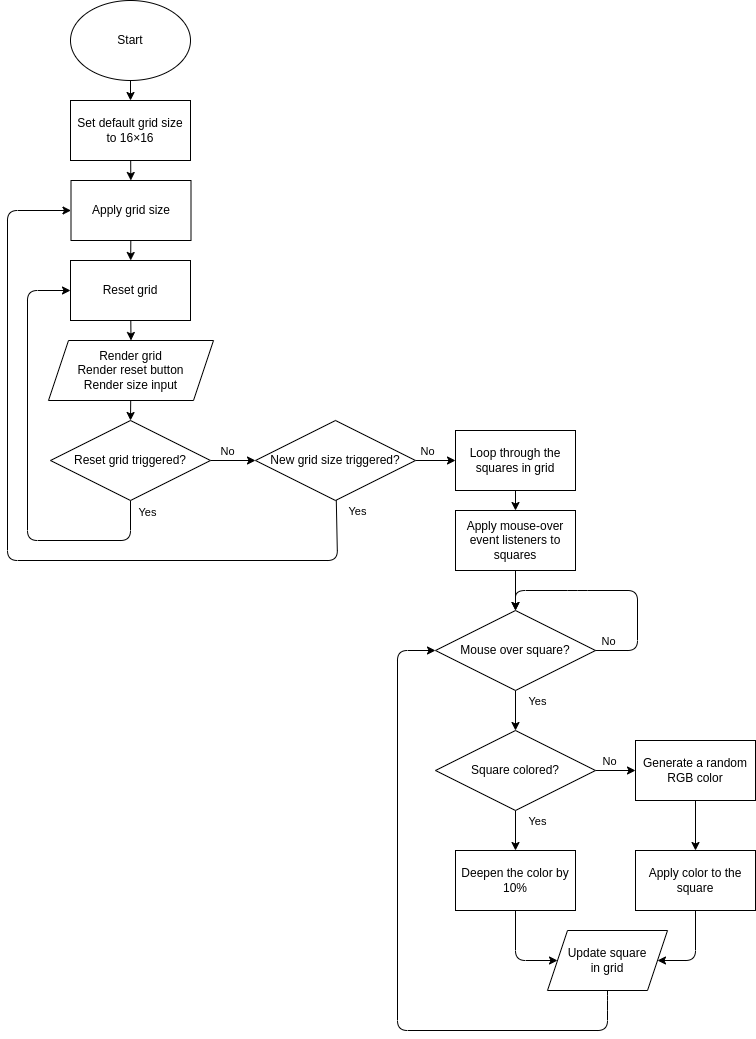
zoard-ehmann/odin-etch-a-sketch keeps this draw.io diagram as algorithm/algorithm.drawio.png. Above is the earlier version. Source tidied: cells renumbered, new cells last; positions are measured from the earlier drawing's top-left corner, leaving out a move shared by most shapes. Source of this version:
```xml
<mxGraphModel background="#ffffff">
  <root>
    <mxCell id="0" />
    <mxCell id="1" parent="0" />
    <mxCell id="2" style="edgeStyle=none;html=1;entryX=0.5;entryY=0;entryDx=0;entryDy=0;" parent="1" edge="1" source="3" target="5">
      <mxGeometry relative="1" as="geometry" />
    </mxCell>
    <mxCell id="3" value="Start" style="ellipse;whiteSpace=wrap;html=1;" parent="1" vertex="1">
      <mxGeometry x="63" width="120" height="80" as="geometry" />
    </mxCell>
    <mxCell id="4" style="edgeStyle=none;html=1;" parent="1" edge="1" source="5" target="16">
      <mxGeometry relative="1" as="geometry" />
    </mxCell>
    <mxCell id="5" value="Set default grid size to 16×16" style="rounded=0;whiteSpace=wrap;html=1;" parent="1" vertex="1">
      <mxGeometry x="63" y="100" width="120" height="60" as="geometry" />
    </mxCell>
    <mxCell id="6" style="edgeStyle=none;html=1;entryX=0.5;entryY=0;entryDx=0;entryDy=0;" parent="1" edge="1" source="7" target="14">
      <mxGeometry relative="1" as="geometry" />
    </mxCell>
    <mxCell id="7" value="Render grid&lt;br&gt;Render reset button&lt;br&gt;Render size input" style="shape=parallelogram;perimeter=parallelogramPerimeter;whiteSpace=wrap;html=1;fixedSize=1;" parent="1" vertex="1">
      <mxGeometry x="41" y="340" width="165" height="60" as="geometry" />
    </mxCell>
    <mxCell id="8" style="edgeStyle=none;html=1;entryX=0.5;entryY=0;entryDx=0;entryDy=0;" parent="1" edge="1" source="9" target="7">
      <mxGeometry relative="1" as="geometry" />
    </mxCell>
    <mxCell id="9" value="Reset grid&lt;br&gt;" style="rounded=0;whiteSpace=wrap;html=1;" parent="1" vertex="1">
      <mxGeometry x="63" y="260" width="120" height="60" as="geometry" />
    </mxCell>
    <mxCell id="10" style="edgeStyle=none;html=1;" parent="1" edge="1" source="14" target="21">
      <mxGeometry relative="1" as="geometry" />
    </mxCell>
    <mxCell id="11" value="No" style="edgeLabel;html=1;align=center;verticalAlign=middle;" parent="10" vertex="1">
      <mxGeometry x="-0.48" relative="1" as="geometry">
        <mxPoint x="4" y="-10" as="offset" />
      </mxGeometry>
    </mxCell>
    <mxCell id="12" style="edgeStyle=none;html=1;entryX=0;entryY=0.5;entryDx=0;entryDy=0;exitX=0.5;exitY=1;exitDx=0;exitDy=0;" parent="1" edge="1" source="14" target="9">
      <mxGeometry relative="1" as="geometry">
        <Array as="points">
          <mxPoint x="123" y="540" />
          <mxPoint x="20" y="540" />
          <mxPoint x="20" y="290" />
        </Array>
      </mxGeometry>
    </mxCell>
    <mxCell id="13" value="Yes" style="edgeLabel;html=1;align=center;verticalAlign=middle;" parent="12" vertex="1">
      <mxGeometry x="-0.95" relative="1" as="geometry">
        <mxPoint x="16" as="offset" />
      </mxGeometry>
    </mxCell>
    <mxCell id="14" value="Reset grid triggered?" style="rhombus;whiteSpace=wrap;html=1;" parent="1" vertex="1">
      <mxGeometry x="43" y="420" width="160" height="80" as="geometry" />
    </mxCell>
    <mxCell id="15" style="edgeStyle=none;html=1;" parent="1" edge="1" source="16" target="9">
      <mxGeometry relative="1" as="geometry" />
    </mxCell>
    <mxCell id="16" value="Apply grid size" style="rounded=0;whiteSpace=wrap;html=1;" parent="1" vertex="1">
      <mxGeometry x="63.5" y="180" width="120" height="60" as="geometry" />
    </mxCell>
    <mxCell id="17" style="edgeStyle=none;html=1;" parent="1" edge="1" source="21" target="23">
      <mxGeometry relative="1" as="geometry" />
    </mxCell>
    <mxCell id="18" value="No" style="edgeLabel;html=1;align=center;verticalAlign=middle;" parent="17" vertex="1">
      <mxGeometry x="-0.51" y="-1" relative="1" as="geometry">
        <mxPoint x="1" y="-11" as="offset" />
      </mxGeometry>
    </mxCell>
    <mxCell id="19" style="edgeStyle=none;html=1;entryX=0;entryY=0.5;entryDx=0;entryDy=0;" parent="1" edge="1" source="21" target="16">
      <mxGeometry relative="1" as="geometry">
        <Array as="points">
          <mxPoint x="330" y="560" />
          <mxPoint y="560" />
          <mxPoint y="210" />
        </Array>
      </mxGeometry>
    </mxCell>
    <mxCell id="20" value="Yes" style="edgeLabel;html=1;align=center;verticalAlign=middle;" parent="19" vertex="1">
      <mxGeometry x="-0.95" y="1" relative="1" as="geometry">
        <mxPoint x="19" y="-10" as="offset" />
      </mxGeometry>
    </mxCell>
    <mxCell id="21" value="New grid size triggered?" style="rhombus;whiteSpace=wrap;html=1;" parent="1" vertex="1">
      <mxGeometry x="248" y="420" width="160" height="80" as="geometry" />
    </mxCell>
    <mxCell id="22" style="edgeStyle=none;html=1;" parent="1" edge="1" source="23" target="39">
      <mxGeometry relative="1" as="geometry" />
    </mxCell>
    <mxCell id="23" value="Loop through the squares in grid" style="rounded=0;whiteSpace=wrap;html=1;" parent="1" vertex="1">
      <mxGeometry x="448" y="430" width="120" height="60" as="geometry" />
    </mxCell>
    <mxCell id="24" style="edgeStyle=none;html=1;" parent="1" edge="1" source="28" target="30">
      <mxGeometry relative="1" as="geometry" />
    </mxCell>
    <mxCell id="25" value="No" style="edgeLabel;html=1;align=center;verticalAlign=middle;" parent="24" vertex="1">
      <mxGeometry x="-0.47" y="-2" relative="1" as="geometry">
        <mxPoint x="2" y="-12" as="offset" />
      </mxGeometry>
    </mxCell>
    <mxCell id="26" style="edgeStyle=none;html=1;" parent="1" edge="1" source="28" target="34">
      <mxGeometry relative="1" as="geometry" />
    </mxCell>
    <mxCell id="27" value="Yes" style="edgeLabel;html=1;align=center;verticalAlign=middle;" parent="26" vertex="1">
      <mxGeometry x="-0.44" y="-3" relative="1" as="geometry">
        <mxPoint x="24" y="-1" as="offset" />
      </mxGeometry>
    </mxCell>
    <mxCell id="28" value="Square colored?" style="rhombus;whiteSpace=wrap;html=1;" parent="1" vertex="1">
      <mxGeometry x="428" y="730" width="160" height="80" as="geometry" />
    </mxCell>
    <mxCell id="29" style="edgeStyle=none;html=1;" parent="1" edge="1" source="30" target="32">
      <mxGeometry relative="1" as="geometry" />
    </mxCell>
    <mxCell id="30" value="Generate a random RGB color" style="rounded=0;whiteSpace=wrap;html=1;" parent="1" vertex="1">
      <mxGeometry x="628" y="740" width="120" height="60" as="geometry" />
    </mxCell>
    <mxCell id="31" style="edgeStyle=none;html=1;entryX=1;entryY=0.5;entryDx=0;entryDy=0;" parent="1" edge="1" source="32" target="41">
      <mxGeometry relative="1" as="geometry">
        <Array as="points">
          <mxPoint x="688" y="960" />
        </Array>
      </mxGeometry>
    </mxCell>
    <mxCell id="32" value="Apply color to the square" style="rounded=0;whiteSpace=wrap;html=1;" parent="1" vertex="1">
      <mxGeometry x="628" y="850" width="120" height="60" as="geometry" />
    </mxCell>
    <mxCell id="33" style="edgeStyle=none;html=1;entryX=0;entryY=0.5;entryDx=0;entryDy=0;" parent="1" edge="1" source="34" target="41">
      <mxGeometry relative="1" as="geometry">
        <Array as="points">
          <mxPoint x="508" y="960" />
        </Array>
      </mxGeometry>
    </mxCell>
    <mxCell id="34" value="Deepen the color by 10%" style="rounded=0;whiteSpace=wrap;html=1;" parent="1" vertex="1">
      <mxGeometry x="448" y="850" width="120" height="60" as="geometry" />
    </mxCell>
    <mxCell id="35" style="edgeStyle=none;html=1;" parent="1" edge="1" source="37" target="28">
      <mxGeometry relative="1" as="geometry" />
    </mxCell>
    <mxCell id="36" value="Yes" style="edgeLabel;html=1;align=center;verticalAlign=middle;" parent="35" vertex="1">
      <mxGeometry x="-0.52" relative="1" as="geometry">
        <mxPoint x="21" as="offset" />
      </mxGeometry>
    </mxCell>
    <mxCell id="37" value="Mouse over square?" style="rhombus;whiteSpace=wrap;html=1;" parent="1" vertex="1">
      <mxGeometry x="428" y="610" width="160" height="80" as="geometry" />
    </mxCell>
    <mxCell id="38" style="edgeStyle=none;html=1;" parent="1" edge="1" source="39" target="37">
      <mxGeometry relative="1" as="geometry" />
    </mxCell>
    <mxCell id="39" value="Apply mouse-over event listeners to squares" style="rounded=0;whiteSpace=wrap;html=1;" parent="1" vertex="1">
      <mxGeometry x="448" y="510" width="120" height="60" as="geometry" />
    </mxCell>
    <mxCell id="40" style="edgeStyle=none;html=1;entryX=0;entryY=0.5;entryDx=0;entryDy=0;" parent="1" edge="1" source="41" target="37">
      <mxGeometry relative="1" as="geometry">
        <Array as="points">
          <mxPoint x="600" y="1000" />
          <mxPoint x="600" y="1030" />
          <mxPoint x="390" y="1030" />
          <mxPoint x="390" y="650" />
        </Array>
      </mxGeometry>
    </mxCell>
    <mxCell id="41" value="Update square&lt;br&gt;in grid" style="shape=parallelogram;perimeter=parallelogramPerimeter;whiteSpace=wrap;html=1;fixedSize=1;" parent="1" vertex="1">
      <mxGeometry x="540" y="930" width="120" height="60" as="geometry" />
    </mxCell>
    <mxCell id="42" style="edgeStyle=none;html=1;entryX=0.5;entryY=0;entryDx=0;entryDy=0;exitX=1;exitY=0.5;exitDx=0;exitDy=0;" parent="1" edge="1" source="37" target="37">
      <mxGeometry relative="1" as="geometry">
        <Array as="points">
          <mxPoint x="630" y="650" />
          <mxPoint x="630" y="590" />
          <mxPoint x="570" y="590" />
          <mxPoint x="508" y="590" />
        </Array>
      </mxGeometry>
    </mxCell>
    <mxCell id="43" value="No" style="edgeLabel;html=1;align=center;verticalAlign=middle;" parent="42" vertex="1">
      <mxGeometry x="-0.74" y="1" relative="1" as="geometry">
        <mxPoint x="-20" y="-9" as="offset" />
      </mxGeometry>
    </mxCell>
  </root>
</mxGraphModel>
```
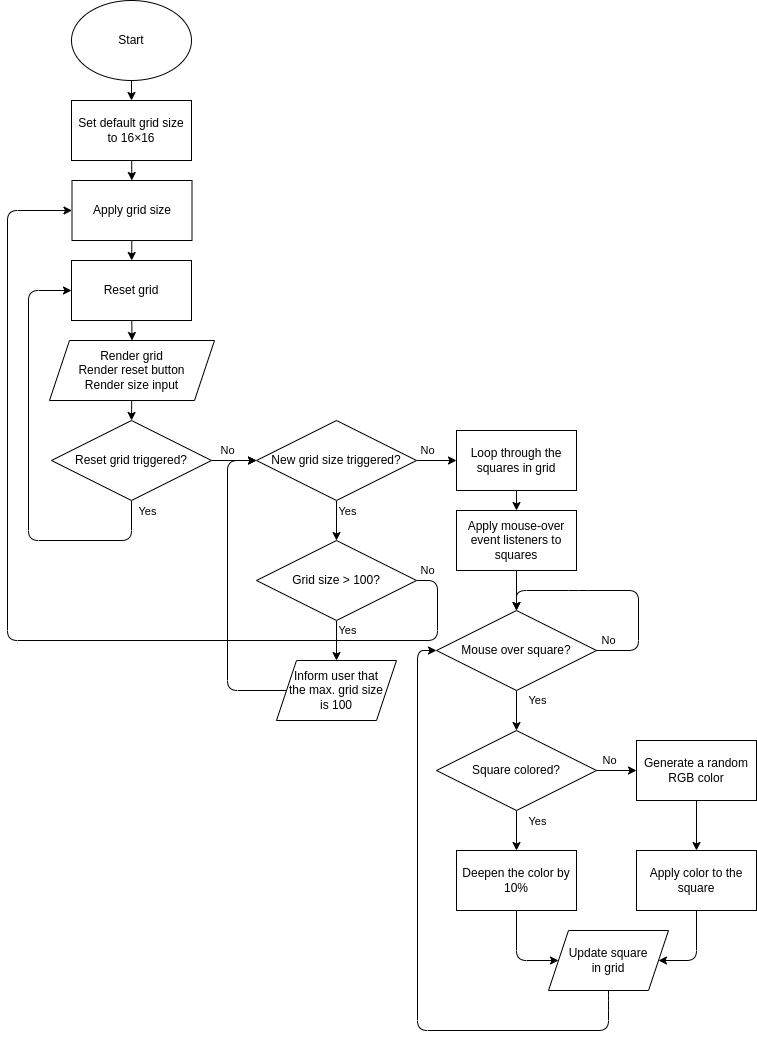
The same file after the commit.

Commit message:
docs: Add grid size check to algorithm flowchart

Change to the diagram source:
```diff
@@ -65,20 +65,14 @@
         <mxPoint x="1" y="-11" as="offset" />
       </mxGeometry>
     </mxCell>
-    <mxCell id="19" style="edgeStyle=none;html=1;entryX=0;entryY=0.5;entryDx=0;entryDy=0;" parent="1" edge="1" source="21" target="16">
-      <mxGeometry relative="1" as="geometry">
-        <Array as="points">
-          <mxPoint x="330" y="560" />
-          <mxPoint y="560" />
-          <mxPoint y="210" />
-        </Array>
-      </mxGeometry>
-    </mxCell>
-    <mxCell id="20" value="Yes" style="edgeLabel;html=1;align=center;verticalAlign=middle;" parent="19" vertex="1">
-      <mxGeometry x="-0.95" y="1" relative="1" as="geometry">
-        <mxPoint x="19" y="-10" as="offset" />
-      </mxGeometry>
-    </mxCell>
+    <mxCell id="44" style="edgeStyle=none;html=1;" parent="1" edge="1" source="21" target="50">
+      <mxGeometry relative="1" as="geometry" />
+    </mxCell>
+    <mxCell id="45" value="Yes" style="edgeLabel;html=1;align=center;verticalAlign=middle;" parent="44" vertex="1">
+      <mxGeometry x="-0.64" relative="1" as="geometry">
+        <mxPoint x="11" y="3" as="offset" />
+      </mxGeometry>
+    </mxCell>
     <mxCell id="21" value="New grid size triggered?" style="rhombus;whiteSpace=wrap;html=1;" parent="1" vertex="1">
       <mxGeometry x="248" y="420" width="160" height="80" as="geometry" />
     </mxCell>
@@ -155,8 +149,8 @@
         <Array as="points">
           <mxPoint x="600" y="1000" />
           <mxPoint x="600" y="1030" />
-          <mxPoint x="390" y="1030" />
-          <mxPoint x="390" y="650" />
+          <mxPoint x="409" y="1030" />
+          <mxPoint x="409" y="650" />
         </Array>
       </mxGeometry>
     </mxCell>
@@ -178,5 +172,42 @@
         <mxPoint x="-20" y="-9" as="offset" />
       </mxGeometry>
     </mxCell>
+    <mxCell id="46" style="edgeStyle=none;html=1;" parent="1" edge="1" source="50" target="52">
+      <mxGeometry relative="1" as="geometry" />
+    </mxCell>
+    <mxCell id="47" value="Yes" style="edgeLabel;html=1;align=center;verticalAlign=middle;" parent="46" vertex="1">
+      <mxGeometry x="-0.65" y="1" relative="1" as="geometry">
+        <mxPoint x="10" y="3" as="offset" />
+      </mxGeometry>
+    </mxCell>
+    <mxCell id="48" style="edgeStyle=none;html=1;entryX=0;entryY=0.5;entryDx=0;entryDy=0;exitX=1;exitY=0.5;exitDx=0;exitDy=0;" parent="1" edge="1" source="50" target="16">
+      <mxGeometry relative="1" as="geometry">
+        <Array as="points">
+          <mxPoint x="429" y="580" />
+          <mxPoint x="429" y="640" />
+          <mxPoint x="-1" y="640" />
+          <mxPoint x="-1" y="210" />
+        </Array>
+      </mxGeometry>
+    </mxCell>
+    <mxCell id="49" value="No" style="edgeLabel;html=1;align=center;verticalAlign=middle;" parent="48" vertex="1">
+      <mxGeometry x="-0.93" relative="1" as="geometry">
+        <mxPoint x="-10" y="-24" as="offset" />
+      </mxGeometry>
+    </mxCell>
+    <mxCell id="50" value="Grid size &amp;gt; 100?" style="rhombus;whiteSpace=wrap;html=1;" parent="1" vertex="1">
+      <mxGeometry x="248" y="540" width="160" height="80" as="geometry" />
+    </mxCell>
+    <mxCell id="51" style="edgeStyle=none;html=1;entryX=0;entryY=0.5;entryDx=0;entryDy=0;" parent="1" edge="1" source="52" target="21">
+      <mxGeometry relative="1" as="geometry">
+        <Array as="points">
+          <mxPoint x="219" y="690" />
+          <mxPoint x="219" y="460" />
+        </Array>
+      </mxGeometry>
+    </mxCell>
+    <mxCell id="52" value="Inform user that&lt;br&gt;the max. grid size&lt;br&gt;is 100" style="shape=parallelogram;perimeter=parallelogramPerimeter;whiteSpace=wrap;html=1;fixedSize=1;" parent="1" vertex="1">
+      <mxGeometry x="268" y="660" width="120" height="60" as="geometry" />
+    </mxCell>
   </root>
 </mxGraphModel>
```
